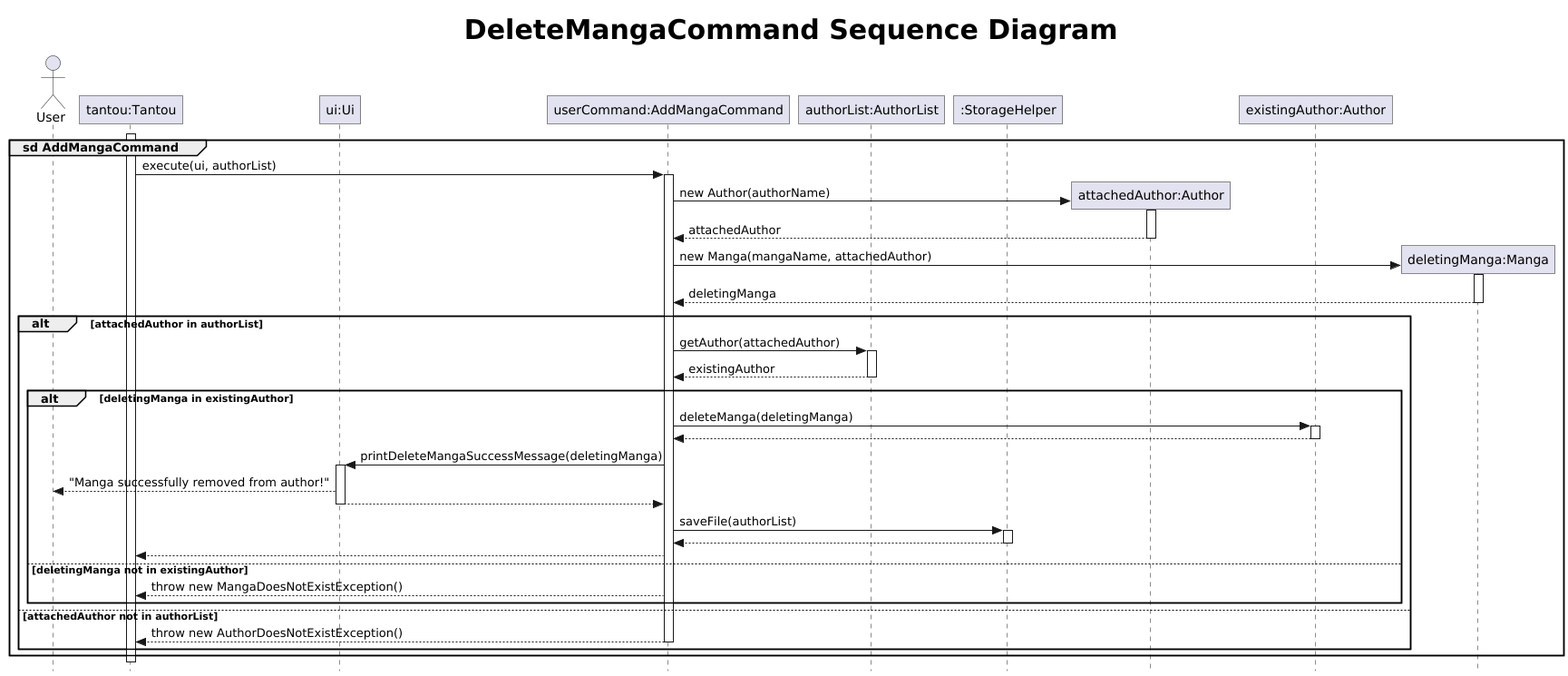
Earlier version of the PlantUML export docs/uml/images/DeleteMangaSequence.png (xenthm/tp).
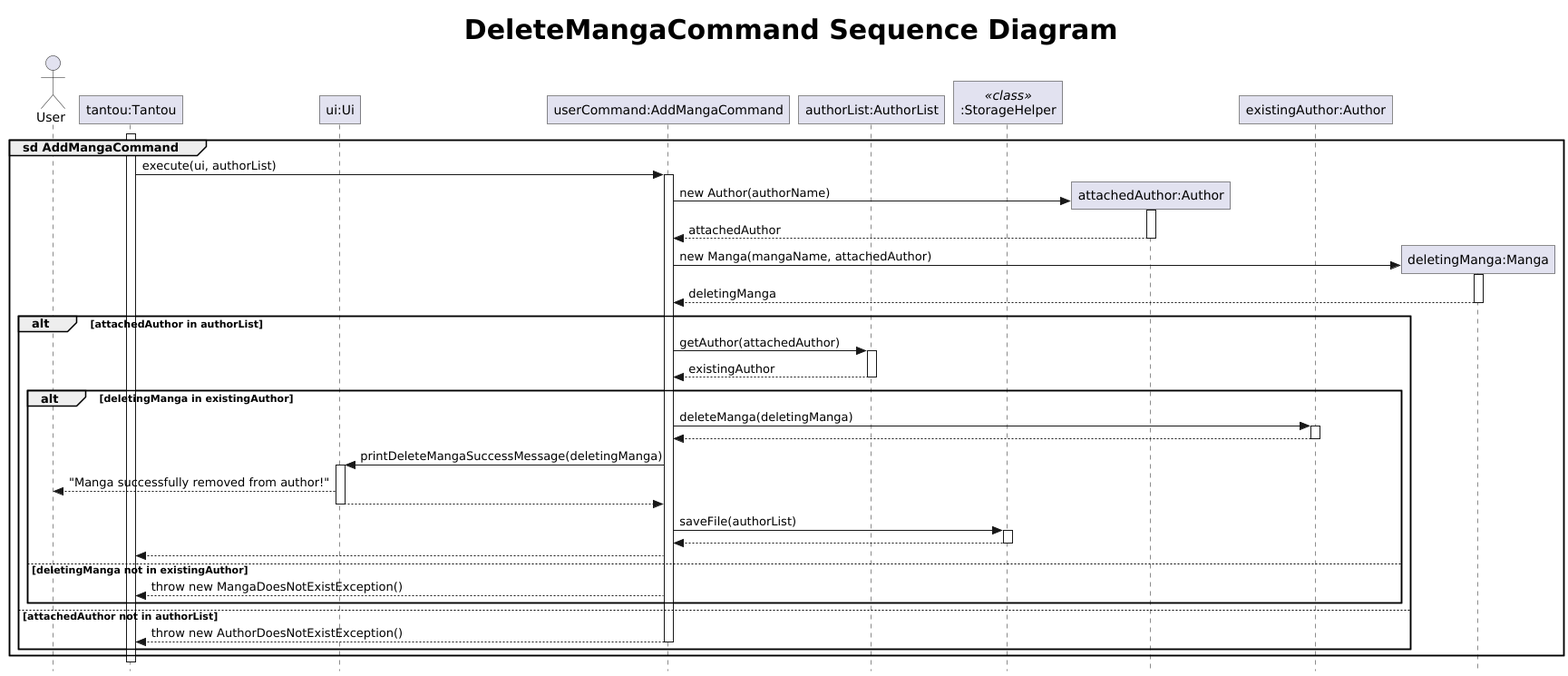
After the change.

Commit message:
Update DeleteManga sequence diagram

Change to the diagram source:
```diff
@@ -10,7 +10,7 @@
 participant "ui:Ui" as ui
 participant "userCommand:AddMangaCommand" as userCommand
 participant "authorList:AuthorList" as authorList
-participant ":StorageHelper" as storage
+participant ":StorageHelper" as storage <<class>>
 participant "attachedAuthor:Author" as author
 participant "existingAuthor:Author" as existingAuthor
 participant "deletingManga:Manga" as manga
```
